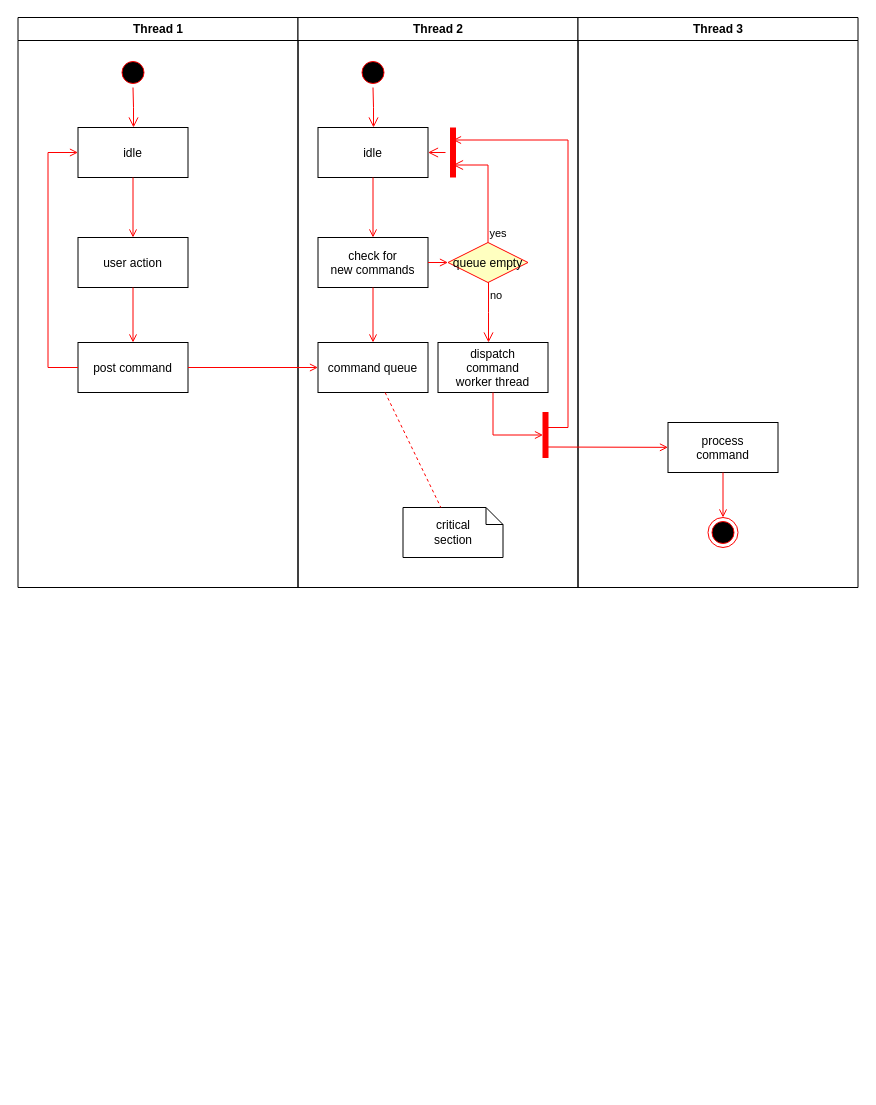
yi2003/diagram keeps this draw.io diagram as invoice_state.drawio. Above is the earlier version. Source tidied: cells renumbered, new cells numbered last; positions are measured from the earlier drawing's top-left corner, leaving out a move shared by most shapes. Both pictures are drawn from the tidied source at 100%, with x=0, y=0 at pixel (17, 17).
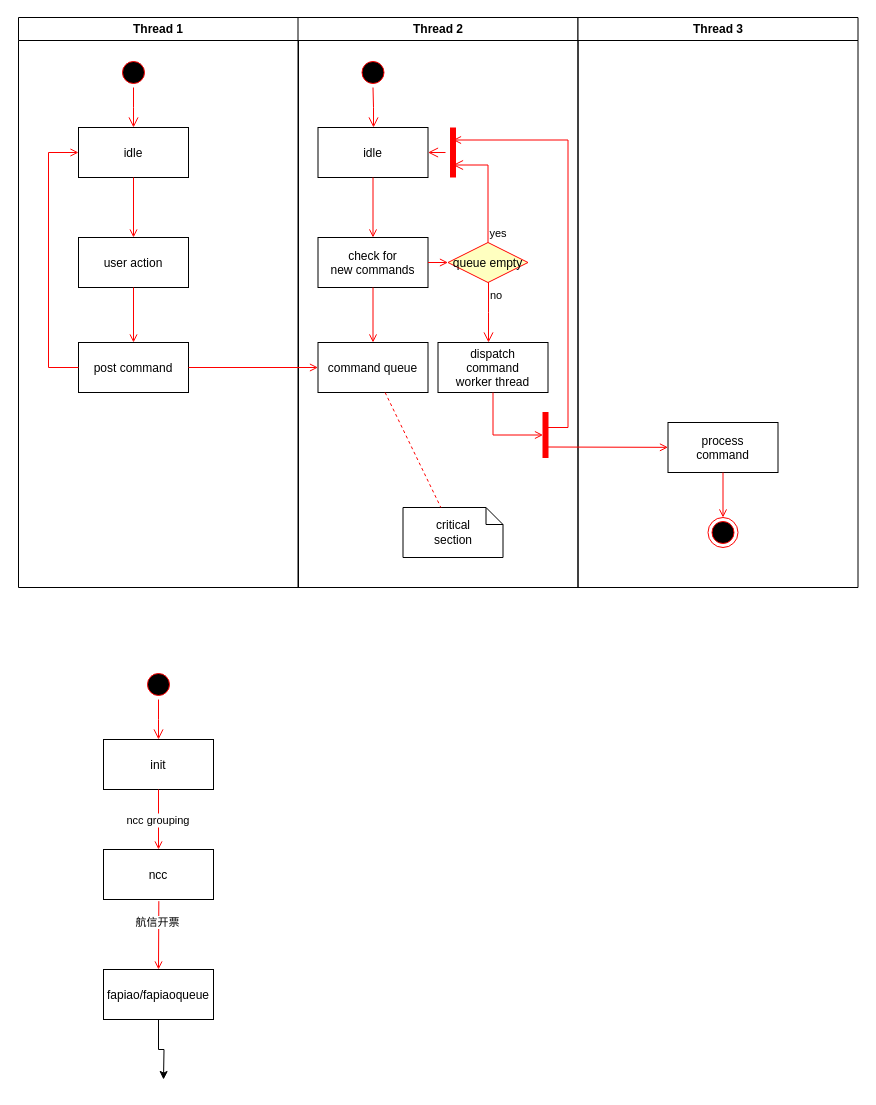
The same page after the edit.

The edit, as a diff of the source:
```diff
@@
     <mxCell id="2" value="Thread 1" style="swimlane;whiteSpace=wrap;" parent="1" vertex="1">
-      <mxGeometry x="0.5" width="280" height="570" as="geometry" />
+      <mxGeometry x="1" width="280" height="570" as="geometry" />
     </mxCell>
@@
+    <mxCell id="37" style="ellipse;shape=startState;fillColor=#000000;strokeColor=#ff0000;" parent="1" vertex="1">
+      <mxGeometry x="126" y="652" width="30" height="30" as="geometry" />
+    </mxCell>
+    <mxCell id="38" style="edgeStyle=elbowEdgeStyle;elbow=horizontal;verticalAlign=bottom;endArrow=open;endSize=8;strokeColor=#FF0000;endFill=1;rounded=0;" parent="1" edge="1" source="37" target="39">
+      <mxGeometry x="120" y="640" as="geometry" />
+    </mxCell>
+    <mxCell id="39" value="init" parent="1" vertex="1">
+      <mxGeometry x="86" y="722" width="110" height="50" as="geometry" />
+    </mxCell>
+    <mxCell id="40" value="ncc" parent="1" vertex="1">
+      <mxGeometry x="86" y="832" width="110" height="50" as="geometry" />
+    </mxCell>
+    <mxCell id="41" value="ncc grouping" style="endArrow=open;strokeColor=#FF0000;endFill=1;rounded=0;" parent="1" edge="1" source="39">
+      <mxGeometry relative="1" as="geometry">
+        <mxPoint x="141" y="832" as="targetPoint" />
+      </mxGeometry>
+    </mxCell>
+    <mxCell id="42" style="edgeStyle=orthogonalEdgeStyle;rounded=0;jettySize=auto;html=1;" parent="1" edge="1" source="43">
+      <mxGeometry relative="1" as="geometry">
+        <mxPoint x="146" y="1062" as="targetPoint" />
+      </mxGeometry>
+    </mxCell>
+    <mxCell id="43" value="fapiao/fapiaoqueue" parent="1" vertex="1">
+      <mxGeometry x="86" y="952" width="110" height="50" as="geometry" />
+    </mxCell>
+    <mxCell id="44" style="endArrow=open;strokeColor=#FF0000;endFill=1;rounded=0;exitX=0.503;exitY=1.033;exitDx=0;exitDy=0;exitPerimeter=0;" parent="1" edge="1" source="40">
+      <mxGeometry relative="1" as="geometry">
+        <mxPoint x="141" y="952" as="targetPoint" />
+      </mxGeometry>
+    </mxCell>
+    <mxCell id="45" value="航信开票" style="edgeLabel;html=1;align=center;verticalAlign=middle;" parent="44" vertex="1">
+      <mxGeometry x="-0.4" y="-2" relative="1" as="geometry" />
+    </mxCell>
```
